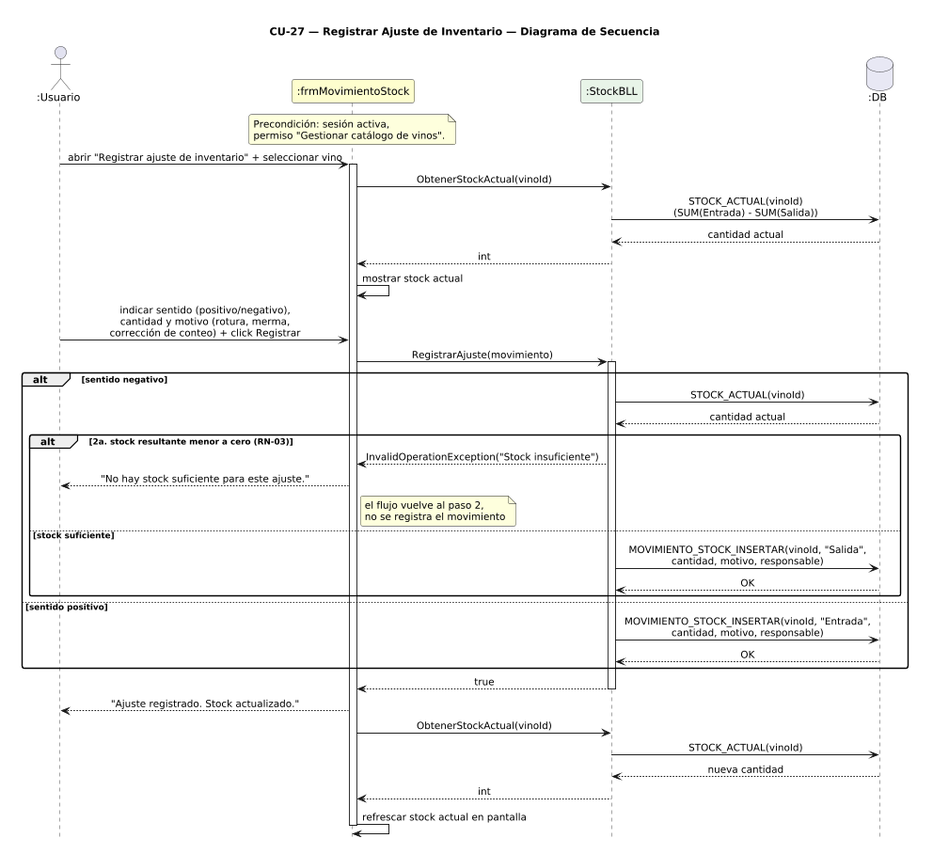
Above: DIAGRAMAS/DiagramaSecuencia_CU27_RegistrarAjusteInventario.png in Jesifu/club-de-vinos-td (PlantUML), before the change. Its source is kept beside it as DIAGRAMAS/DiagramaSecuencia_CU27_RegistrarAjusteInventario.puml.
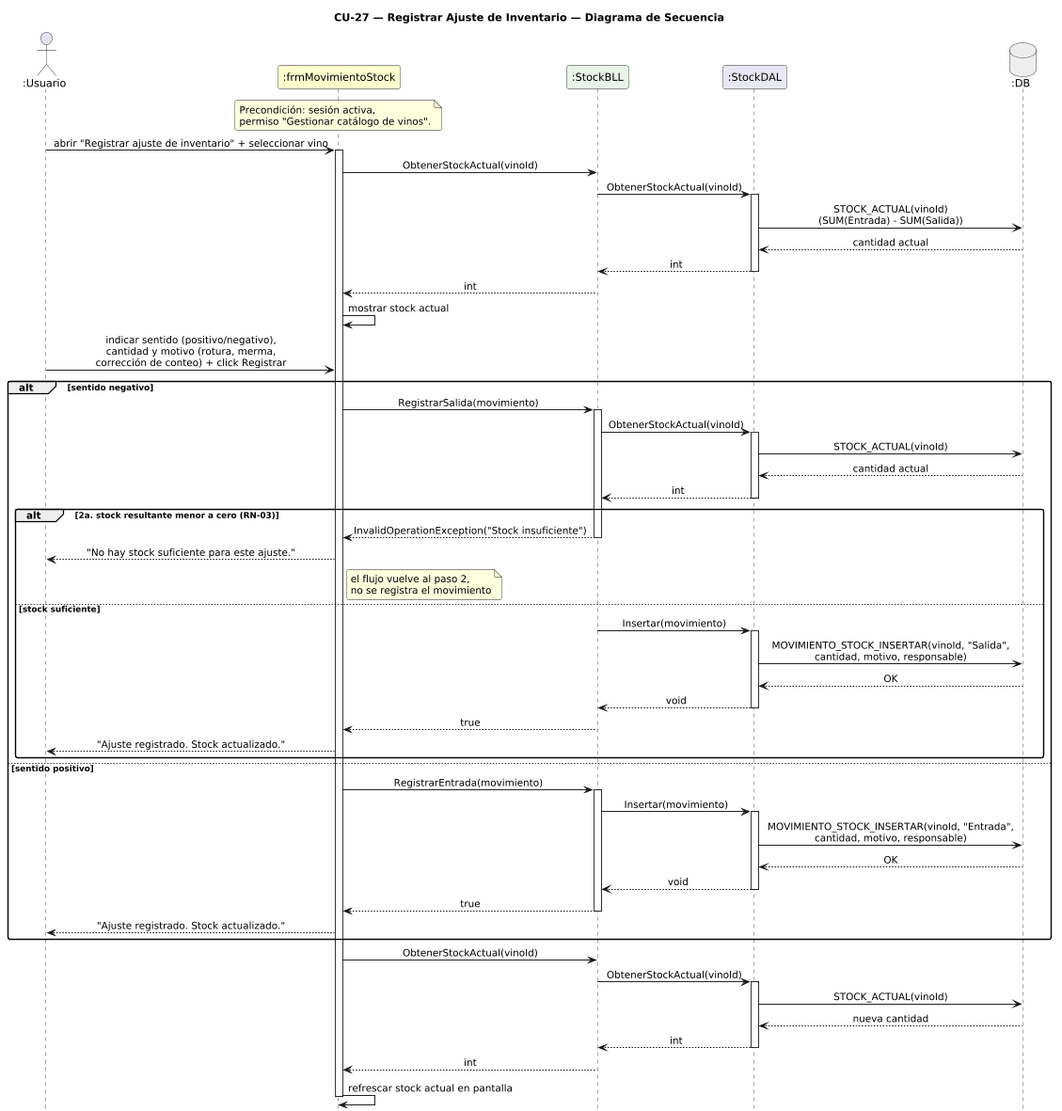
After the change.

Diff of the diagram source:
```diff
@@ -12,7 +12,8 @@
 actor       ":Usuario"            as U
 participant ":frmMovimientoStock" as FM #FEFECE
 participant ":StockBLL"           as SB #E8F4E8
-database    ":DB"                 as DB #E8E8F4
+participant ":StockDAL"           as SD #E8E8F4
+database    ":DB"                 as DB #EEEEEE
 
 note over FM
   Precondición: sesión activa,
@@ -22,38 +23,63 @@
 U -> FM : abrir "Registrar ajuste de inventario" + seleccionar vino
 activate FM
 FM -> SB : ObtenerStockActual(vinoId)
-SB -> DB : STOCK_ACTUAL(vinoId)\n(SUM(Entrada) - SUM(Salida))
-DB --> SB : cantidad actual
+SB -> SD : ObtenerStockActual(vinoId)
+activate SD
+SD -> DB : STOCK_ACTUAL(vinoId)\n(SUM(Entrada) - SUM(Salida))
+DB --> SD : cantidad actual
+SD --> SB : int
+deactivate SD
 SB --> FM : int
 FM -> FM : mostrar stock actual
 
 U -> FM : indicar sentido (positivo/negativo),\ncantidad y motivo (rotura, merma,\ncorrección de conteo) + click Registrar
-FM -> SB : RegistrarAjuste(movimiento)
-activate SB
-
 alt sentido negativo
-  SB -> DB : STOCK_ACTUAL(vinoId)
-  DB --> SB : cantidad actual
+  FM -> SB : RegistrarSalida(movimiento)
+  activate SB
+  SB -> SD : ObtenerStockActual(vinoId)
+  activate SD
+  SD -> DB : STOCK_ACTUAL(vinoId)
+  DB --> SD : cantidad actual
+  SD --> SB : int
+  deactivate SD
 
   alt 2a. stock resultante menor a cero (RN-03)
     SB --> FM : InvalidOperationException("Stock insuficiente")
+    deactivate SB
     FM --> U : "No hay stock suficiente para este ajuste."
     note right of FM : el flujo vuelve al paso 2,\nno se registra el movimiento
   else stock suficiente
-    SB -> DB : MOVIMIENTO_STOCK_INSERTAR(vinoId, "Salida",\ncantidad, motivo, responsable)
-    DB --> SB : OK
+    SB -> SD : Insertar(movimiento)
+    activate SD
+    SD -> DB : MOVIMIENTO_STOCK_INSERTAR(vinoId, "Salida",\ncantidad, motivo, responsable)
+    DB --> SD : OK
+    SD --> SB : void
+    deactivate SD
+    SB --> FM : true
+    deactivate SB
+    FM --> U : "Ajuste registrado. Stock actualizado."
   end
 else sentido positivo
-  SB -> DB : MOVIMIENTO_STOCK_INSERTAR(vinoId, "Entrada",\ncantidad, motivo, responsable)
-  DB --> SB : OK
+  FM -> SB : RegistrarEntrada(movimiento)
+  activate SB
+  SB -> SD : Insertar(movimiento)
+  activate SD
+  SD -> DB : MOVIMIENTO_STOCK_INSERTAR(vinoId, "Entrada",\ncantidad, motivo, responsable)
+  DB --> SD : OK
+  SD --> SB : void
+  deactivate SD
+  SB --> FM : true
+  deactivate SB
+  FM --> U : "Ajuste registrado. Stock actualizado."
 end
 
-SB --> FM : true
-deactivate SB
-FM --> U : "Ajuste registrado. Stock actualizado."
 FM -> SB : ObtenerStockActual(vinoId)
-SB -> DB : STOCK_ACTUAL(vinoId)
-DB --> SB : nueva cantidad
+SB -> SD : ObtenerStockActual(vinoId)
+activate SD
+SD -> DB : STOCK_ACTUAL(vinoId)
+DB --> SD : nueva cantidad
+SD --> SB : int
+deactivate SD
 SB --> FM : int
 FM -> FM : refrescar stock actual en pantalla
 deactivate FM
```
